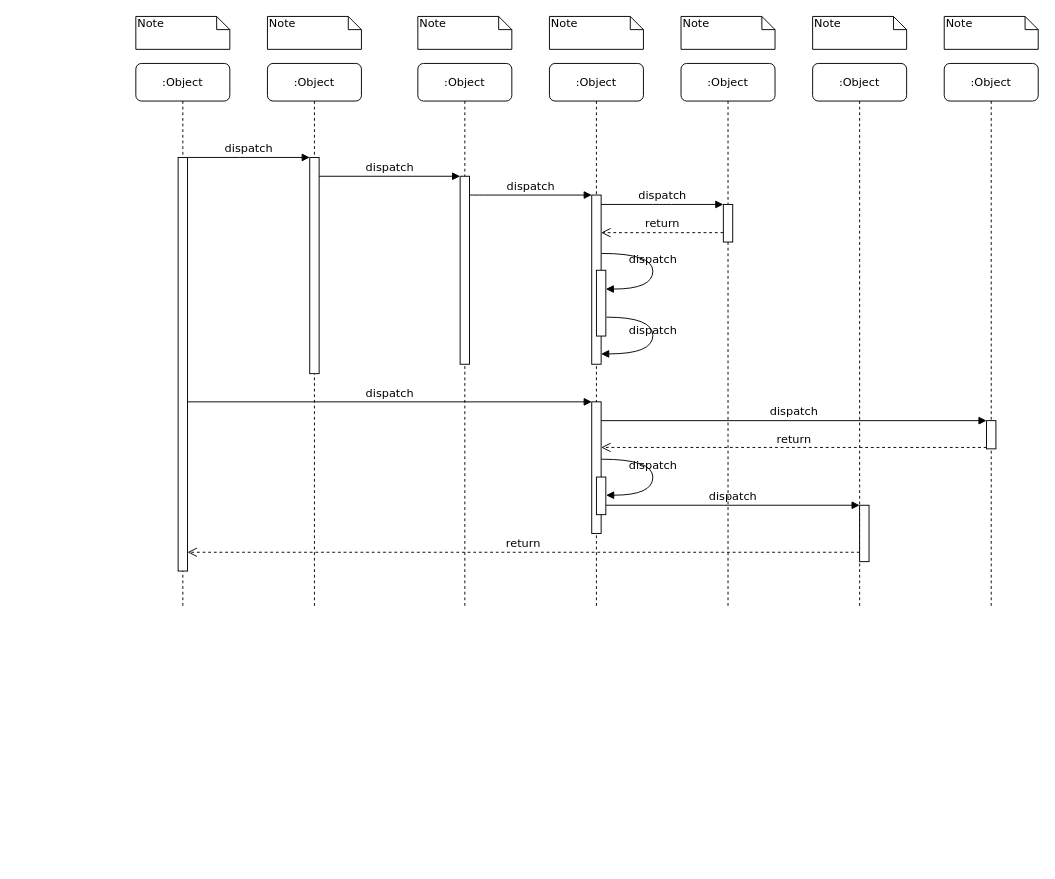
This is diagrams/PyroBlockerSequence.drawio from 3cho11/PyroBlocker, a draw.io file, before an edit. Source tidied: cells renumbered, new cells numbered last; positions are measured from the earlier drawing's top-left corner, leaving out a move shared by most shapes. Both pictures are drawn from the tidied source at 94%, with x=0, y=0 at pixel (135, 16).
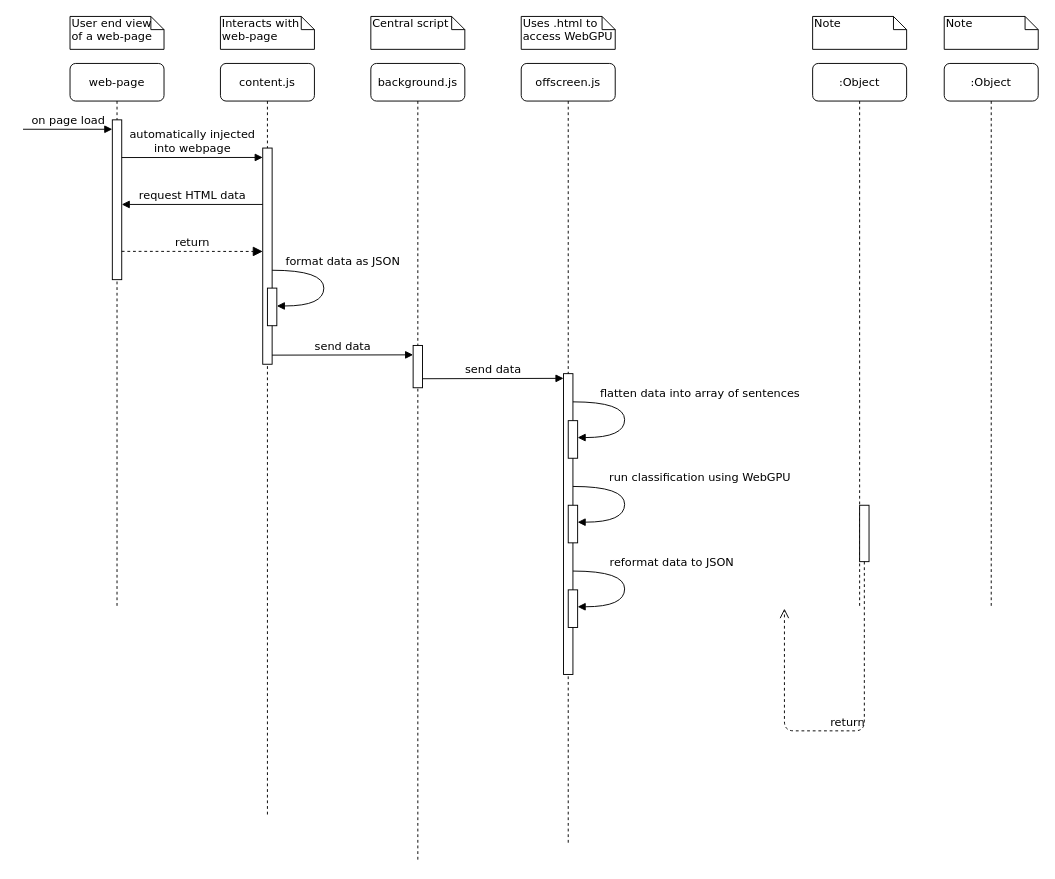
The same diagram, later.

The change refers to these unchanged cells:
```xml
<mxCell id="22" style="html=1;points=[];perimeter=orthogonalPerimeter;rounded=0;shadow=0;comic=0;labelBackgroundColor=none;strokeWidth=1;fontFamily=Verdana;fontSize=12;align=center;" parent="1" vertex="1">
  <mxGeometry x="770" y="520" width="10" height="60" as="geometry" />
</mxCell>
```

What changed in the source:
```diff
@@
-    <mxCell id="2" value=":Object" style="shape=umlLifeline;perimeter=lifelinePerimeter;whiteSpace=wrap;html=1;rounded=1;shadow=0;comic=0;labelBackgroundColor=none;strokeWidth=1;fontFamily=Verdana;fontSize=12;align=center;" parent="1" vertex="1">
-      <mxGeometry x="140" y="50" width="100" height="580" as="geometry" />
+    <mxCell id="2" value="background.js" style="shape=umlLifeline;perimeter=lifelinePerimeter;whiteSpace=wrap;html=1;rounded=1;shadow=0;comic=0;labelBackgroundColor=none;strokeWidth=1;fontFamily=Verdana;fontSize=12;align=center;" parent="1" vertex="1">
+      <mxGeometry x="250" y="50" width="100" height="850" as="geometry" />
     </mxCell>
     <mxCell id="3" style="html=1;points=[];perimeter=orthogonalPerimeter;rounded=0;shadow=0;comic=0;labelBackgroundColor=none;strokeWidth=1;fontFamily=Verdana;fontSize=12;align=center;" parent="2" vertex="1">
-      <mxGeometry x="45" y="100" width="10" height="230" as="geometry" />
+      <mxGeometry x="45" y="300" width="10" height="45" as="geometry" />
     </mxCell>
+    <mxCell id="26" value="send data" style="html=1;verticalAlign=bottom;endArrow=block;entryX=0;entryY=0;labelBackgroundColor=none;fontFamily=Verdana;fontSize=12;edgeStyle=elbowEdgeStyle;elbow=vertical;" parent="2" edge="1">
+      <mxGeometry relative="1" as="geometry">
+        <mxPoint x="55" y="335.4" as="sourcePoint" />
+        <mxPoint x="205" y="335.3" as="targetPoint" />
+      </mxGeometry>
+    </mxCell>
-    <mxCell id="4" value=":Object" style="shape=umlLifeline;perimeter=lifelinePerimeter;whiteSpace=wrap;html=1;rounded=1;shadow=0;comic=0;labelBackgroundColor=none;strokeWidth=1;fontFamily=Verdana;fontSize=12;align=center;" parent="1" vertex="1">
-      <mxGeometry x="300" y="50" width="100" height="580" as="geometry" />
+    <mxCell id="4" value="offscreen.js" style="shape=umlLifeline;perimeter=lifelinePerimeter;whiteSpace=wrap;html=1;rounded=1;shadow=0;comic=0;labelBackgroundColor=none;strokeWidth=1;fontFamily=Verdana;fontSize=12;align=center;" parent="1" vertex="1">
+      <mxGeometry x="410" y="50" width="100" height="830" as="geometry" />
     </mxCell>
     <mxCell id="5" style="html=1;points=[];perimeter=orthogonalPerimeter;rounded=0;shadow=0;comic=0;labelBackgroundColor=none;strokeWidth=1;fontFamily=Verdana;fontSize=12;align=center;" parent="4" vertex="1">
-      <mxGeometry x="45" y="120" width="10" height="200" as="geometry" />
+      <mxGeometry x="45" y="330" width="10" height="320" as="geometry" />
     </mxCell>
-    <mxCell id="6" value=":Object" style="shape=umlLifeline;perimeter=lifelinePerimeter;whiteSpace=wrap;html=1;rounded=1;shadow=0;comic=0;labelBackgroundColor=none;strokeWidth=1;fontFamily=Verdana;fontSize=12;align=center;" parent="1" vertex="1">
-      <mxGeometry x="440" y="50" width="100" height="580" as="geometry" />
-    </mxCell>
+    <mxCell id="39" style="html=1;perimeter=orthogonalPerimeter;rounded=0;shadow=0;comic=0;labelBackgroundColor=none;strokeWidth=1;fontFamily=Verdana;fontSize=12;align=center;" parent="4" vertex="1">
+      <mxGeometry x="50" y="380" width="10" height="40" as="geometry" />
+    </mxCell>
+    <mxCell id="40" value="run classification using WebGPU" style="html=1;verticalAlign=bottom;endArrow=block;labelBackgroundColor=none;fontFamily=Verdana;fontSize=12;elbow=vertical;edgeStyle=orthogonalEdgeStyle;curved=1;entryX=1;entryY=0.286;entryPerimeter=0;exitX=1.038;exitY=0.345;exitPerimeter=0;" parent="4" edge="1">
+      <mxGeometry x="-0.23" y="80" relative="1" as="geometry">
+        <mxPoint x="55" y="450" as="sourcePoint" />
+        <mxPoint x="60" y="488" as="targetPoint" />
+        <Array as="points">
+          <mxPoint x="110" y="450" />
+          <mxPoint x="110" y="488" />
+        </Array>
+      </mxGeometry>
+    </mxCell>
+    <mxCell id="41" value="flatten data into array of sentences" style="html=1;verticalAlign=bottom;endArrow=block;labelBackgroundColor=none;fontFamily=Verdana;fontSize=12;elbow=vertical;edgeStyle=orthogonalEdgeStyle;curved=1;entryX=1;entryY=0.286;entryPerimeter=0;exitX=1.038;exitY=0.345;exitPerimeter=0;" parent="4" edge="1">
+      <mxGeometry x="-0.23" y="80" relative="1" as="geometry">
+        <mxPoint x="55" y="360" as="sourcePoint" />
+        <mxPoint x="60" y="398" as="targetPoint" />
+        <Array as="points">
+          <mxPoint x="110" y="360" />
+          <mxPoint x="110" y="398" />
+        </Array>
+      </mxGeometry>
+    </mxCell>
+    <mxCell id="42" style="html=1;perimeter=orthogonalPerimeter;rounded=0;shadow=0;comic=0;labelBackgroundColor=none;strokeWidth=1;fontFamily=Verdana;fontSize=12;align=center;" parent="4" vertex="1">
+      <mxGeometry x="50" y="470" width="10" height="40" as="geometry" />
+    </mxCell>
+    <mxCell id="43" value="reformat data to JSON " style="html=1;verticalAlign=bottom;endArrow=block;labelBackgroundColor=none;fontFamily=Verdana;fontSize=12;elbow=vertical;edgeStyle=orthogonalEdgeStyle;curved=1;entryX=1;entryY=0.286;entryPerimeter=0;exitX=1.038;exitY=0.345;exitPerimeter=0;" parent="4" edge="1">
+      <mxGeometry x="-0.23" y="50" relative="1" as="geometry">
+        <mxPoint x="55" y="540" as="sourcePoint" />
+        <mxPoint x="60" y="578" as="targetPoint" />
+        <Array as="points">
+          <mxPoint x="110" y="540" />
+          <mxPoint x="110" y="578" />
+        </Array>
+      </mxGeometry>
+    </mxCell>
+    <mxCell id="44" style="html=1;perimeter=orthogonalPerimeter;rounded=0;shadow=0;comic=0;labelBackgroundColor=none;strokeWidth=1;fontFamily=Verdana;fontSize=12;align=center;" parent="4" vertex="1">
+      <mxGeometry x="50" y="560" width="10" height="40" as="geometry" />
+    </mxCell>
-    <mxCell id="7" value=":Object" style="shape=umlLifeline;perimeter=lifelinePerimeter;whiteSpace=wrap;html=1;rounded=1;shadow=0;comic=0;labelBackgroundColor=none;strokeWidth=1;fontFamily=Verdana;fontSize=12;align=center;" parent="1" vertex="1">
-      <mxGeometry x="580" y="50" width="100" height="580" as="geometry" />
+    <mxCell id="7" value="web-page" style="shape=umlLifeline;perimeter=lifelinePerimeter;whiteSpace=wrap;html=1;rounded=1;shadow=0;comic=0;labelBackgroundColor=none;strokeWidth=1;fontFamily=Verdana;fontSize=12;align=center;" parent="1" vertex="1">
+      <mxGeometry x="-70" y="50" width="100" height="580" as="geometry" />
     </mxCell>
+    <mxCell id="45" style="html=1;perimeter=orthogonalPerimeter;rounded=0;shadow=0;comic=0;labelBackgroundColor=none;strokeWidth=1;fontFamily=Verdana;fontSize=12;align=center;" parent="7" vertex="1">
+      <mxGeometry x="45" y="60" width="10" height="170" as="geometry" />
+    </mxCell>
+    <mxCell id="46" value="&lt;div&gt;on page load&lt;/div&gt;" style="html=1;verticalAlign=bottom;endArrow=block;labelBackgroundColor=none;fontFamily=Verdana;fontSize=12;edgeStyle=elbowEdgeStyle;elbow=vertical;" parent="7" edge="1">
+      <mxGeometry relative="1" as="geometry">
+        <mxPoint x="-50" y="70" as="sourcePoint" />
+        <mxPoint x="45" y="70.2" as="targetPoint" />
+      </mxGeometry>
+    </mxCell>
@@
-    <mxCell id="10" value=":Object" style="shape=umlLifeline;perimeter=lifelinePerimeter;whiteSpace=wrap;html=1;rounded=1;shadow=0;comic=0;labelBackgroundColor=none;strokeWidth=1;fontFamily=Verdana;fontSize=12;align=center;" parent="1" vertex="1">
-      <mxGeometry y="50" width="100" height="580" as="geometry" />
+    <mxCell id="10" value="content.js" style="shape=umlLifeline;perimeter=lifelinePerimeter;whiteSpace=wrap;html=1;rounded=1;shadow=0;comic=0;labelBackgroundColor=none;strokeWidth=1;fontFamily=Verdana;fontSize=12;align=center;" parent="1" vertex="1">
+      <mxGeometry x="90" y="50" width="100" height="800" as="geometry" />
     </mxCell>
     <mxCell id="11" style="html=1;points=[];perimeter=orthogonalPerimeter;rounded=0;shadow=0;comic=0;labelBackgroundColor=none;strokeWidth=1;fontFamily=Verdana;fontSize=12;align=center;" parent="10" vertex="1">
-      <mxGeometry x="45" y="100" width="10" height="440" as="geometry" />
+      <mxGeometry x="45" y="90" width="10" height="230" as="geometry" />
     </mxCell>
-    <mxCell id="12" style="html=1;points=[];perimeter=orthogonalPerimeter;rounded=0;shadow=0;comic=0;labelBackgroundColor=none;strokeWidth=1;fontFamily=Verdana;fontSize=12;align=center;" parent="1" vertex="1">
-      <mxGeometry x="485" y="190" width="10" height="180" as="geometry" />
-    </mxCell>
-    <mxCell id="13" value="dispatch" style="html=1;verticalAlign=bottom;endArrow=block;labelBackgroundColor=none;fontFamily=Verdana;fontSize=12;edgeStyle=elbowEdgeStyle;elbow=vertical;" parent="1" edge="1" source="5" target="12">
-      <mxGeometry relative="1" as="geometry">
-        <Array as="points">
-          <mxPoint x="360" y="190" />
-        </Array>
-      </mxGeometry>
-    </mxCell>
-    <mxCell id="14" style="html=1;points=[];perimeter=orthogonalPerimeter;rounded=0;shadow=0;comic=0;labelBackgroundColor=none;strokeWidth=1;fontFamily=Verdana;fontSize=12;align=center;" parent="1" vertex="1">
-      <mxGeometry x="625" y="200" width="10" height="40" as="geometry" />
-    </mxCell>
-    <mxCell id="15" value="dispatch" style="html=1;verticalAlign=bottom;endArrow=block;entryX=0;entryY=0;labelBackgroundColor=none;fontFamily=Verdana;fontSize=12;edgeStyle=elbowEdgeStyle;elbow=vertical;" parent="1" edge="1" source="12" target="14">
-      <mxGeometry relative="1" as="geometry" />
-    </mxCell>
-    <mxCell id="16" value="return" style="html=1;verticalAlign=bottom;endArrow=open;dashed=1;endSize=8;labelBackgroundColor=none;fontFamily=Verdana;fontSize=12;edgeStyle=elbowEdgeStyle;elbow=vertical;" parent="1" edge="1" source="14" target="12">
-      <mxGeometry relative="1" as="geometry">
-        <Array as="points">
-          <mxPoint x="570" y="230" />
-          <mxPoint x="600" y="230" />
-        </Array>
-      </mxGeometry>
-    </mxCell>
-    <mxCell id="17" style="html=1;points=[];perimeter=orthogonalPerimeter;rounded=0;shadow=0;comic=0;labelBackgroundColor=none;strokeWidth=1;fontFamily=Verdana;fontSize=12;align=center;" parent="1" vertex="1">
-      <mxGeometry x="485" y="410" width="10" height="140" as="geometry" />
-    </mxCell>
-    <mxCell id="18" value="dispatch" style="html=1;verticalAlign=bottom;endArrow=block;entryX=0;entryY=0;labelBackgroundColor=none;fontFamily=Verdana;fontSize=12;" parent="1" edge="1" source="11" target="17">
-      <mxGeometry relative="1" as="geometry" />
-    </mxCell>
-    <mxCell id="19" style="html=1;points=[];perimeter=orthogonalPerimeter;rounded=0;shadow=0;comic=0;labelBackgroundColor=none;strokeColor=#000000;strokeWidth=1;fillColor=#FFFFFF;fontFamily=Verdana;fontSize=12;fontColor=#000000;align=center;" parent="1" vertex="1">
-      <mxGeometry x="905" y="430" width="10" height="30" as="geometry" />
-    </mxCell>
-    <mxCell id="20" value="dispatch" style="html=1;verticalAlign=bottom;endArrow=block;entryX=0;entryY=0;labelBackgroundColor=none;fontFamily=Verdana;fontSize=12;" parent="1" edge="1" source="17" target="19">
-      <mxGeometry relative="1" as="geometry" />
-    </mxCell>
-    <mxCell id="21" value="return" style="html=1;verticalAlign=bottom;endArrow=open;dashed=1;endSize=8;exitX=0;exitY=0.95;labelBackgroundColor=none;fontFamily=Verdana;fontSize=12;" parent="1" edge="1" source="19" target="17">
-      <mxGeometry relative="1" as="geometry" />
-    </mxCell>
+    <mxCell id="47" value="format data as JSON" style="html=1;verticalAlign=bottom;endArrow=block;labelBackgroundColor=none;fontFamily=Verdana;fontSize=12;elbow=vertical;edgeStyle=orthogonalEdgeStyle;curved=1;entryX=1;entryY=0.286;entryPerimeter=0;exitX=1.038;exitY=0.345;exitPerimeter=0;" parent="10" edge="1">
+      <mxGeometry x="-0.23" y="-20" relative="1" as="geometry">
+        <mxPoint x="55" y="220" as="sourcePoint" />
+        <mxPoint x="60" y="258" as="targetPoint" />
+        <Array as="points">
+          <mxPoint x="110" y="220" />
+          <mxPoint x="110" y="258" />
+        </Array>
+        <mxPoint x="40" as="offset" />
+      </mxGeometry>
+    </mxCell>
+    <mxCell id="48" style="html=1;perimeter=orthogonalPerimeter;rounded=0;shadow=0;comic=0;labelBackgroundColor=none;strokeWidth=1;fontFamily=Verdana;fontSize=12;align=center;" parent="10" vertex="1">
+      <mxGeometry x="50" y="239" width="10" height="40" as="geometry" />
+    </mxCell>
+    <mxCell id="49" value="send data" style="html=1;verticalAlign=bottom;endArrow=block;entryX=0;entryY=0;labelBackgroundColor=none;fontFamily=Verdana;fontSize=12;edgeStyle=elbowEdgeStyle;elbow=vertical;" parent="10" edge="1">
+      <mxGeometry relative="1" as="geometry">
+        <mxPoint x="55" y="310.3" as="sourcePoint" />
+        <mxPoint x="205" y="310.2" as="targetPoint" />
+      </mxGeometry>
+    </mxCell>
+    <mxCell id="50" value="return" style="html=1;verticalAlign=bottom;endArrow=block;entryX=0;entryY=0;labelBackgroundColor=none;fontFamily=Verdana;fontSize=12;edgeStyle=elbowEdgeStyle;elbow=vertical;dashed=1;endSize=8;" parent="10" edge="1">
+      <mxGeometry relative="1" as="geometry">
+        <mxPoint x="-105" y="199.9" as="sourcePoint" />
+        <mxPoint x="45" y="199.9" as="targetPoint" />
+      </mxGeometry>
+    </mxCell>
@@
-    <mxCell id="23" value="dispatch" style="html=1;verticalAlign=bottom;endArrow=block;entryX=0;entryY=0;labelBackgroundColor=none;fontFamily=Verdana;fontSize=12;edgeStyle=elbowEdgeStyle;elbow=vertical;" parent="1" edge="1" source="30" target="22">
-      <mxGeometry relative="1" as="geometry" />
-    </mxCell>
-    <mxCell id="24" value="return" style="html=1;verticalAlign=bottom;endArrow=open;dashed=1;endSize=8;labelBackgroundColor=none;fontFamily=Verdana;fontSize=12;edgeStyle=elbowEdgeStyle;elbow=vertical;" parent="1" edge="1" source="22" target="11">
+    <mxCell id="24" value="return" style="html=1;verticalAlign=bottom;endArrow=open;dashed=1;endSize=8;labelBackgroundColor=none;fontFamily=Verdana;fontSize=12;edgeStyle=elbowEdgeStyle;elbow=vertical;" parent="1" edge="1" source="22">
       <mxGeometry relative="1" as="geometry">
+        <mxPoint x="690" y="630" as="targetPoint" />
         <Array as="points">
+          <mxPoint x="440" y="760" />
+          <mxPoint x="460" y="670" />
           <mxPoint x="470" y="570" />
         </Array>
       </mxGeometry>
     </mxCell>
-    <mxCell id="25" value="dispatch" style="html=1;verticalAlign=bottom;endArrow=block;entryX=0;entryY=0;labelBackgroundColor=none;fontFamily=Verdana;fontSize=12;edgeStyle=elbowEdgeStyle;elbow=vertical;" parent="1" edge="1" source="11" target="3">
-      <mxGeometry relative="1" as="geometry" />
-    </mxCell>
-    <mxCell id="26" value="dispatch" style="html=1;verticalAlign=bottom;endArrow=block;entryX=0;entryY=0;labelBackgroundColor=none;fontFamily=Verdana;fontSize=12;edgeStyle=elbowEdgeStyle;elbow=vertical;" parent="1" edge="1" source="3" target="5">
-      <mxGeometry relative="1" as="geometry" />
-    </mxCell>
-    <mxCell id="27" style="html=1;points=[];perimeter=orthogonalPerimeter;rounded=0;shadow=0;comic=0;labelBackgroundColor=none;strokeWidth=1;fontFamily=Verdana;fontSize=12;align=center;" parent="1" vertex="1">
-      <mxGeometry x="490" y="270" width="10" height="70" as="geometry" />
-    </mxCell>
-    <mxCell id="28" value="dispatch" style="html=1;verticalAlign=bottom;endArrow=block;labelBackgroundColor=none;fontFamily=Verdana;fontSize=12;elbow=vertical;edgeStyle=orthogonalEdgeStyle;curved=1;entryX=1;entryY=0.286;entryPerimeter=0;exitX=1.038;exitY=0.345;exitPerimeter=0;" parent="1" edge="1" source="12" target="27">
-      <mxGeometry relative="1" as="geometry">
-        <Array as="points">
-          <mxPoint x="550" y="252" />
-          <mxPoint x="550" y="290" />
-        </Array>
-      </mxGeometry>
-    </mxCell>
-    <mxCell id="29" value="dispatch" style="html=1;verticalAlign=bottom;endArrow=block;labelBackgroundColor=none;fontFamily=Verdana;fontSize=12;elbow=vertical;edgeStyle=orthogonalEdgeStyle;curved=1;exitX=1.066;exitY=0.713;exitPerimeter=0;" parent="1" edge="1" source="27">
-      <mxGeometry relative="1" as="geometry">
-        <mxPoint x="495" y="359" as="targetPoint" />
-        <Array as="points">
-          <mxPoint x="550" y="320" />
-          <mxPoint x="550" y="359" />
-        </Array>
-      </mxGeometry>
-    </mxCell>
-    <mxCell id="30" style="html=1;points=[];perimeter=orthogonalPerimeter;rounded=0;shadow=0;comic=0;labelBackgroundColor=none;strokeWidth=1;fontFamily=Verdana;fontSize=12;align=center;" parent="1" vertex="1">
-      <mxGeometry x="490" y="490" width="10" height="40" as="geometry" />
-    </mxCell>
-    <mxCell id="31" value="dispatch" style="html=1;verticalAlign=bottom;endArrow=block;labelBackgroundColor=none;fontFamily=Verdana;fontSize=12;elbow=vertical;edgeStyle=orthogonalEdgeStyle;curved=1;entryX=1;entryY=0.286;entryPerimeter=0;exitX=1.038;exitY=0.345;exitPerimeter=0;" parent="1" edge="1">
-      <mxGeometry relative="1" as="geometry">
-        <mxPoint x="495.3" y="471" as="sourcePoint" />
-        <mxPoint x="500.3" y="509.3" as="targetPoint" />
-        <Array as="points">
-          <mxPoint x="550" y="471" />
-          <mxPoint x="550" y="509" />
-        </Array>
-      </mxGeometry>
-    </mxCell>
-    <mxCell id="32" value="Note" style="shape=note;whiteSpace=wrap;html=1;size=14;verticalAlign=top;align=left;spacingTop=-6;rounded=0;shadow=0;comic=0;labelBackgroundColor=none;strokeWidth=1;fontFamily=Verdana;fontSize=12;" parent="1" vertex="1">
-      <mxGeometry width="100" height="35" as="geometry" />
+    <mxCell id="32" value="&lt;div&gt;Interacts with&lt;/div&gt;&lt;div&gt;web-page&lt;br&gt;&lt;/div&gt;" style="shape=note;whiteSpace=wrap;html=1;size=14;verticalAlign=top;align=left;spacingTop=-6;rounded=0;shadow=0;comic=0;labelBackgroundColor=none;strokeWidth=1;fontFamily=Verdana;fontSize=12;" parent="1" vertex="1">
+      <mxGeometry x="90" width="100" height="35" as="geometry" />
     </mxCell>
-    <mxCell id="33" value="Note" style="shape=note;whiteSpace=wrap;html=1;size=14;verticalAlign=top;align=left;spacingTop=-6;rounded=0;shadow=0;comic=0;labelBackgroundColor=none;strokeWidth=1;fontFamily=Verdana;fontSize=12;" parent="1" vertex="1">
-      <mxGeometry x="140" width="100" height="35" as="geometry" />
+    <mxCell id="33" value="Central script" style="shape=note;whiteSpace=wrap;html=1;size=14;verticalAlign=top;align=left;spacingTop=-6;rounded=0;shadow=0;comic=0;labelBackgroundColor=none;strokeWidth=1;fontFamily=Verdana;fontSize=12;" parent="1" vertex="1">
+      <mxGeometry x="250" width="100" height="35" as="geometry" />
     </mxCell>
-    <mxCell id="34" value="Note" style="shape=note;whiteSpace=wrap;html=1;size=14;verticalAlign=top;align=left;spacingTop=-6;rounded=0;shadow=0;comic=0;labelBackgroundColor=none;strokeWidth=1;fontFamily=Verdana;fontSize=12;" parent="1" vertex="1">
-      <mxGeometry x="300" width="100" height="35" as="geometry" />
+    <mxCell id="34" value="&lt;div&gt;Uses .html to&lt;/div&gt;&lt;div&gt;access WebGPU&lt;br&gt;&lt;/div&gt;" style="shape=note;whiteSpace=wrap;html=1;size=14;verticalAlign=top;align=left;spacingTop=-6;rounded=0;shadow=0;comic=0;labelBackgroundColor=none;strokeWidth=1;fontFamily=Verdana;fontSize=12;" parent="1" vertex="1">
+      <mxGeometry x="410" width="100" height="35" as="geometry" />
     </mxCell>
-    <mxCell id="35" value="Note" style="shape=note;whiteSpace=wrap;html=1;size=14;verticalAlign=top;align=left;spacingTop=-6;rounded=0;shadow=0;comic=0;labelBackgroundColor=none;strokeWidth=1;fontFamily=Verdana;fontSize=12;" parent="1" vertex="1">
-      <mxGeometry x="440" width="100" height="35" as="geometry" />
-    </mxCell>
-    <mxCell id="36" value="Note" style="shape=note;whiteSpace=wrap;html=1;size=14;verticalAlign=top;align=left;spacingTop=-6;rounded=0;shadow=0;comic=0;labelBackgroundColor=none;strokeWidth=1;fontFamily=Verdana;fontSize=12;" parent="1" vertex="1">
-      <mxGeometry x="580" width="100" height="35" as="geometry" />
+    <mxCell id="36" value="&lt;div&gt;User end view&lt;/div&gt;&lt;div&gt;of a web-page&lt;br&gt;&lt;/div&gt;" style="shape=note;whiteSpace=wrap;html=1;size=14;verticalAlign=top;align=left;spacingTop=-6;rounded=0;shadow=0;comic=0;labelBackgroundColor=none;strokeWidth=1;fontFamily=Verdana;fontSize=12;" parent="1" vertex="1">
+      <mxGeometry x="-70" width="100" height="35" as="geometry" />
     </mxCell>
@@
+    <mxCell id="51" value="&lt;div&gt;automatically injected&lt;/div&gt;into webpage" style="html=1;verticalAlign=bottom;endArrow=block;entryX=0;entryY=0;labelBackgroundColor=none;fontFamily=Verdana;fontSize=12;edgeStyle=elbowEdgeStyle;elbow=vertical;" parent="1" edge="1">
+      <mxGeometry relative="1" as="geometry">
+        <mxPoint x="-15" y="150.1" as="sourcePoint" />
+        <mxPoint x="135" y="150" as="targetPoint" />
+      </mxGeometry>
+    </mxCell>
+    <mxCell id="52" value="request HTML data" style="html=1;verticalAlign=bottom;endArrow=block;labelBackgroundColor=none;fontFamily=Verdana;fontSize=12;edgeStyle=elbowEdgeStyle;elbow=vertical;" parent="1" edge="1">
+      <mxGeometry relative="1" as="geometry">
+        <mxPoint x="135" y="200" as="sourcePoint" />
+        <mxPoint x="-15" y="200.3" as="targetPoint" />
+      </mxGeometry>
+    </mxCell>
```
